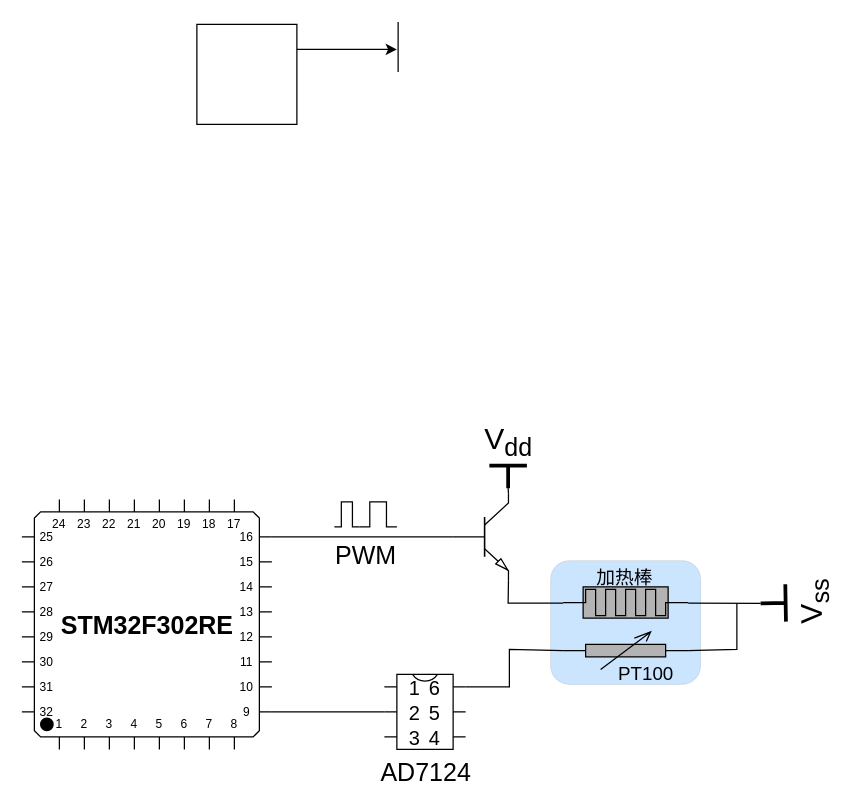
This is tempCtrl.drawio from ShadowThree/drawing_draw_io, a draw.io file, before an edit. Source tidied: cells renumbered, new cells numbered last; positions are measured from the earlier drawing's top-left corner, leaving out a move shared by most shapes. Both pictures are drawn from the tidied source at 125%, with x=0, y=0 at pixel (21, 21).
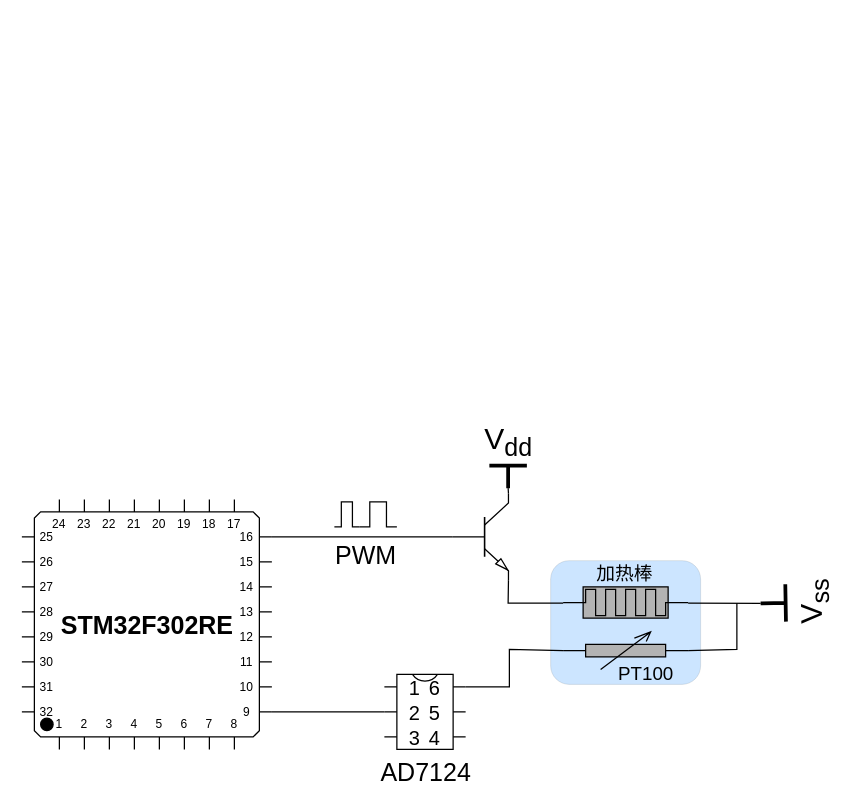
Above is the later version.

What changed in the source:
```diff
@@
-    <mxCell id="3" style="whiteSpace=wrap;html=1;" parent="1" vertex="1">
-      <mxGeometry x="140" y="2" width="80" height="80" as="geometry" />
-    </mxCell>
-    <mxCell id="4" style="endArrow=classic;html=1;rounded=0;exitX=1;exitY=0.25;exitDx=0;exitDy=0;" parent="1" edge="1" source="3">
-      <mxGeometry relative="1" as="geometry">
-        <mxPoint x="300" y="22" as="targetPoint" />
-      </mxGeometry>
-    </mxCell>
-    <mxCell id="5" style="endArrow=none;html=1;rounded=0;" parent="1" edge="1">
-      <mxGeometry relative="1" as="geometry">
-        <mxPoint x="301" y="40" as="sourcePoint" />
-        <mxPoint x="301" as="targetPoint" />
-      </mxGeometry>
-    </mxCell>
@@
     <mxCell id="23" value="加热棒" style="text;html=1;align=center;verticalAlign=middle;strokeColor=none;fillColor=none;fontSize=15;" parent="1" vertex="1">
-      <mxGeometry x="450" y="429" width="63" height="30" as="geometry" />
+      <mxGeometry x="450" y="426" width="63" height="30" as="geometry" />
     </mxCell>
```
